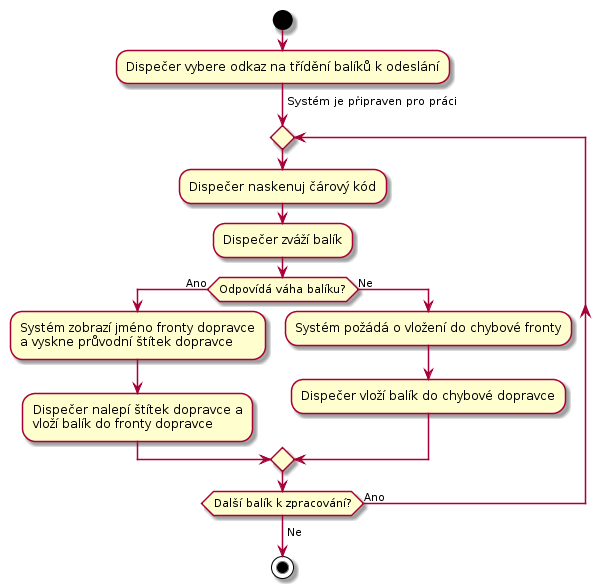
The PlantUML diagram docs/diagrams/out/uc-23-activity.png in Internet-Handel/postman, before a commit.
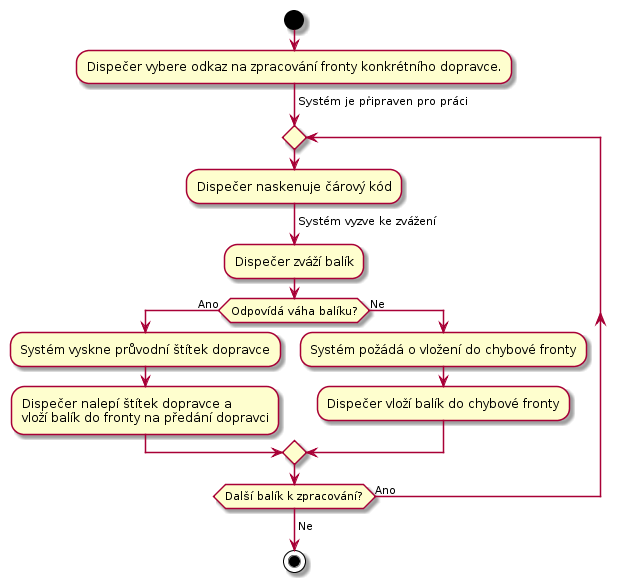
Above is the later version.

Diff of the diagram source:
```diff
@@ -1,25 +1,24 @@
 @startuml
 start
 
-:Dispečer vybere odkaz na třídění balíků k odeslání;
+:Dispečer vybere odkaz na zpracování fronty konkrétního dopravce.;
 
 -> Systém je připraven pro práci;
 
 repeat
 
-  :Dispečer naskenuj čárový kód;
+    :Dispečer naskenuje čárový kód;
+    -> Systém vyzve ke zvážení;
+    :Dispečer zváží balík;
 
-  :Dispečer zváží balík;
-
-  if (Odpovídá váha balíku?) then (Ano)
-    :Systém zobrazí jméno fronty dopravce
-    a vyskne průvodní štítek dopravce;
-    :Dispečer nalepí štítek dopravce a
-    vloží balík do fronty dopravce;
-  else (Ne)
-    :Systém požádá o vložení do chybové fronty;
-    :Dispečer vloží balík do chybové dopravce;
-  endif
+    if (Odpovídá váha balíku?) then (Ano)
+        :Systém vyskne průvodní štítek dopravce;
+        :Dispečer nalepí štítek dopravce a
+        vloží balík do fronty na předání dopravci;
+    else (Ne)
+        :Systém požádá o vložení do chybové fronty;
+        :Dispečer vloží balík do chybové fronty;
+    endif
 
 repeat while (Další balík k zpracování?) is (Ano)
 ->Ne;
```
